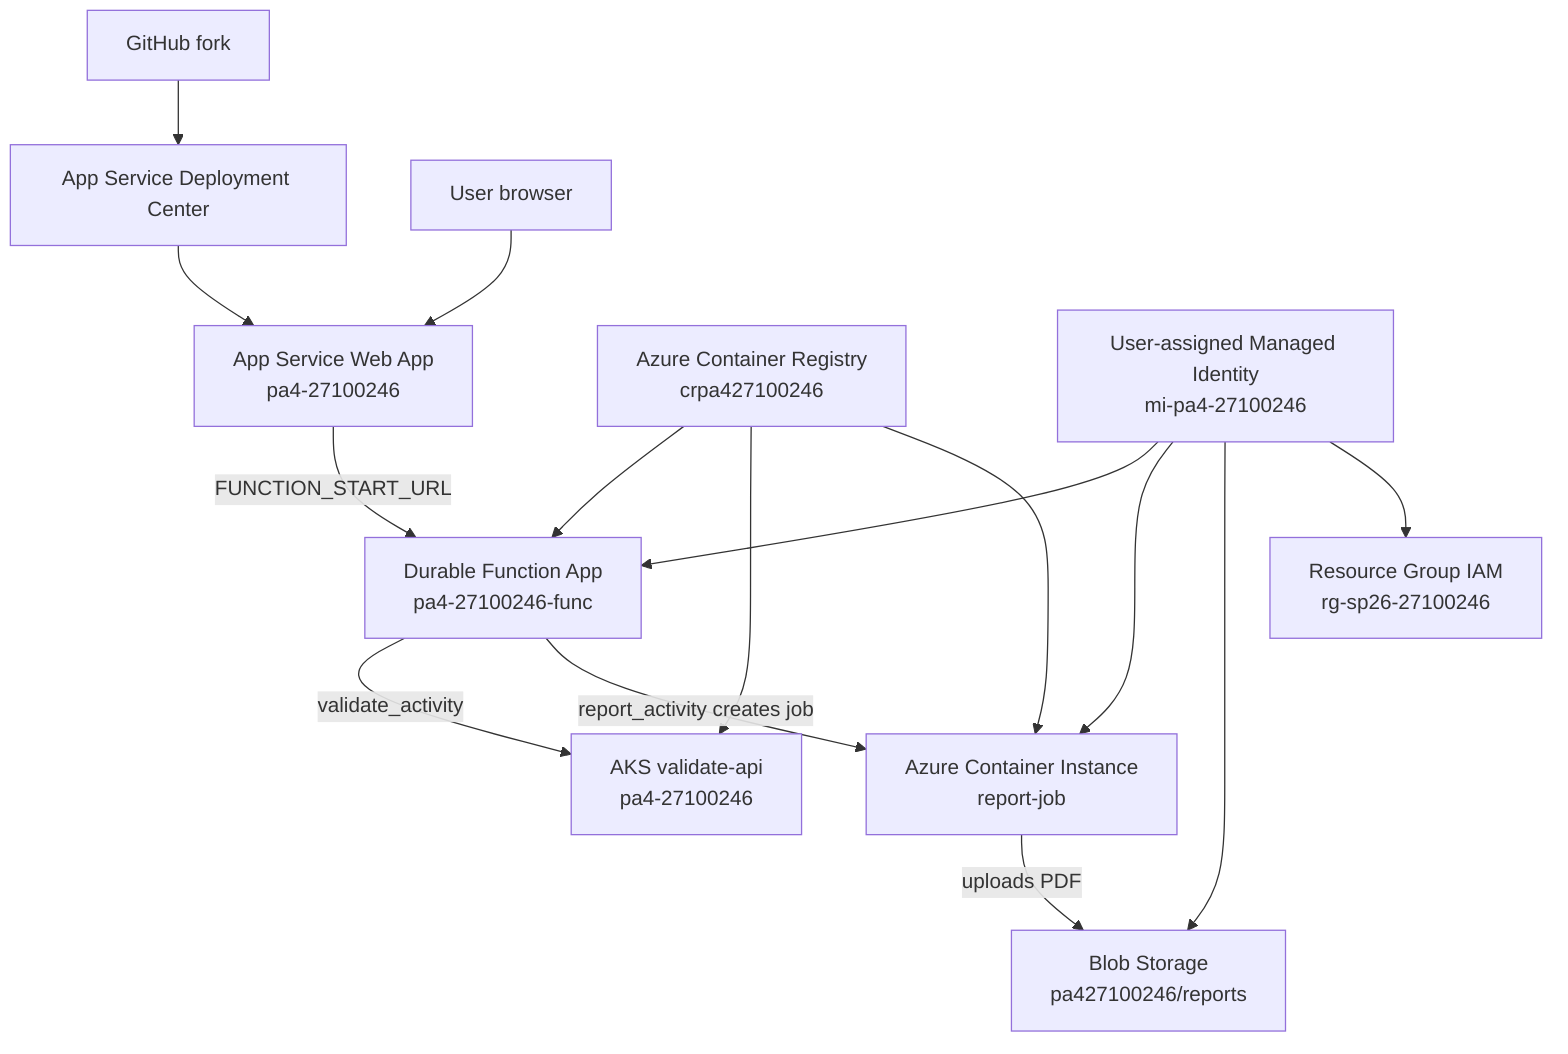
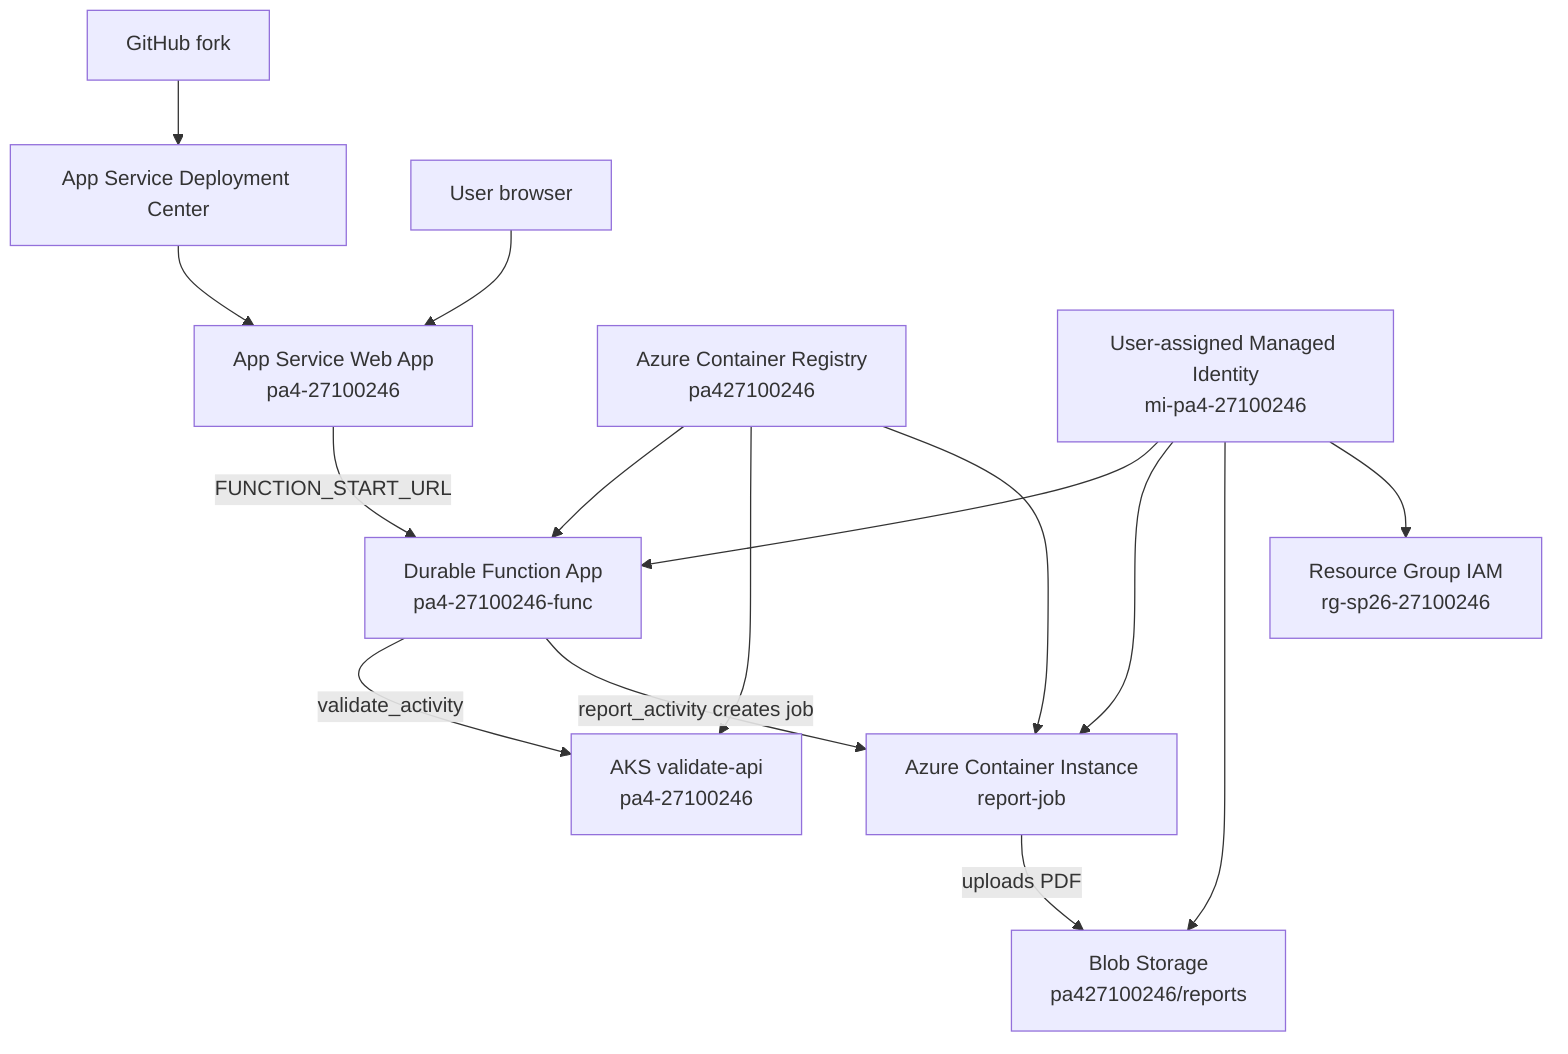
flowchart TD
    github[GitHub fork] --> deploy[App Service Deployment Center]
    deploy --> web[App Service Web App<br/>pa4-27100246]
    browser[User browser] --> web
    web -->|FUNCTION_START_URL| func[Durable Function App<br/>pa4-27100246-func]
    func -->|validate_activity| aks[AKS validate-api<br/>pa4-27100246]
    func -->|report_activity creates job| aci[Azure Container Instance<br/>report-job]
    aci -->|uploads PDF| blob[Blob Storage<br/>pa427100246/reports]
-     acr[Azure Container Registry<br/>crpa427100246] --> func
+     acr[Azure Container Registry<br/>pa427100246] --> func
    acr --> aks
    acr --> aci
    mi[User-assigned Managed Identity<br/>mi-pa4-27100246] --> func
    mi --> aci
    mi --> blob
    mi --> rg[Resource Group IAM<br/>rg-sp26-27100246]
